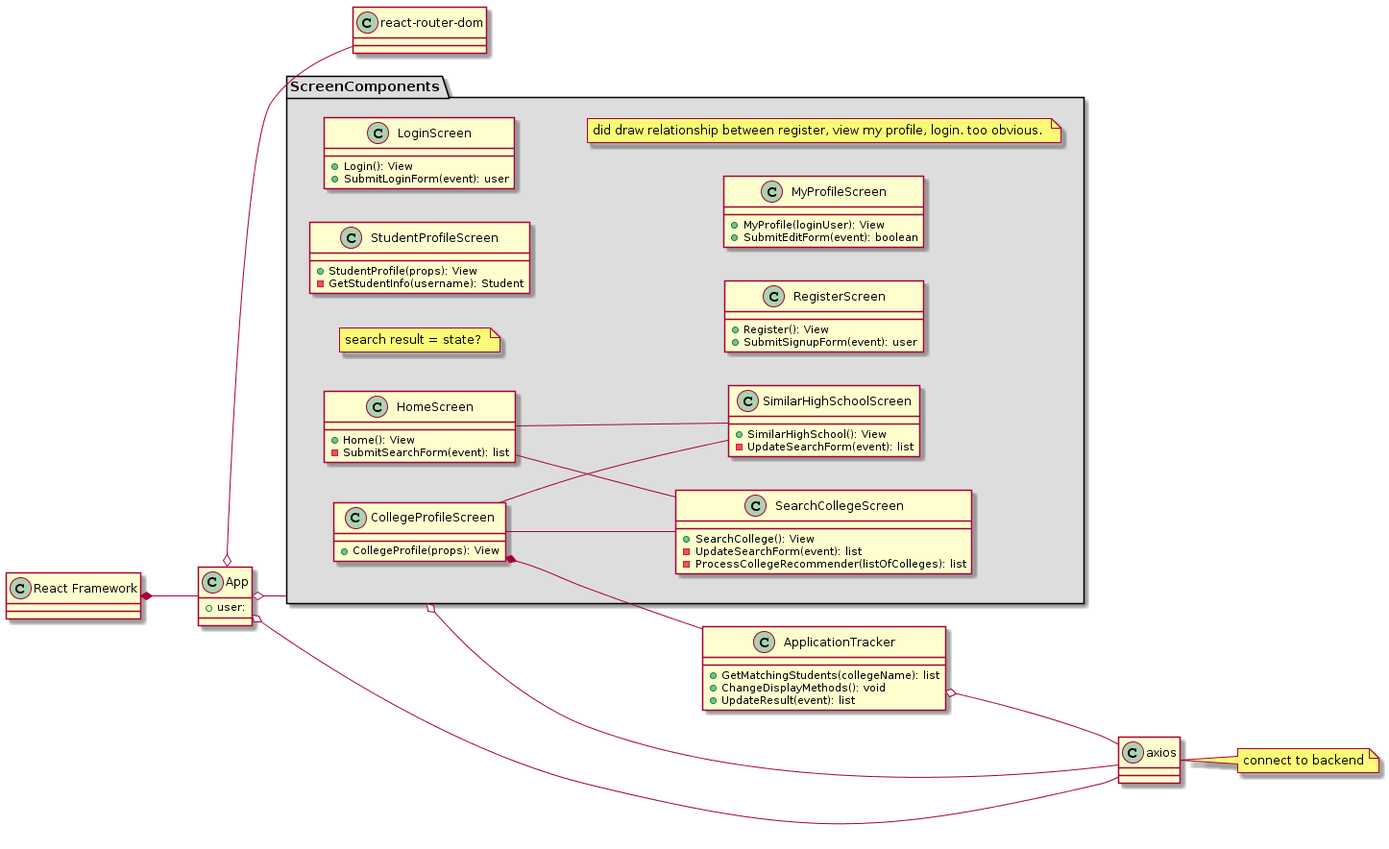
The PlantUML diagram design/frontend_class.png in Omarfos/CSE416, before a commit. The source it was exported from:
```plantuml
@startuml
left to right direction

class App{
    +user:
}
class "React Framework"{
}
"React Framework" *-- App
App o-- "react-router-dom"
App o-- axios
note "connect to backend" as N1
axios -- N1

package ScreenComponents #DDDDDD {
    note "search result = state? " as n2
    class HomeScreen{
        +Home(): View
        -SubmitSearchForm(event): list
    }
    class StudentProfileScreen{
        +StudentProfile(props): View
        -GetStudentInfo(username): Student
    }
    class SearchCollegeScreen{
        +SearchCollege(): View
        -UpdateSearchForm(event): list
        -ProcessCollegeRecommender(listOfColleges): list
    }
    class SimilarHighSchoolScreen{
        +SimilarHighSchool(): View
        -UpdateSearchForm(event): list
    }
    class CollegeProfileScreen{
        +CollegeProfile(props): View
    }
    class LoginScreen{
        +Login(): View
        +SubmitLoginForm(event): user
    }
    class RegisterScreen{
        +Register(): View
        +SubmitSignupForm(event): user
    }
    class MyProfileScreen{
        +MyProfile(loginUser): View
        +SubmitEditForm(event): boolean
    }

    note "did draw relationship between register, view my profile, login. too obvious. " as N3
    HomeScreen -- SearchCollegeScreen
    HomeScreen -- SimilarHighSchoolScreen
    CollegeProfileScreen -- SearchCollegeScreen
    CollegeProfileScreen -- SimilarHighSchoolScreen
}
App o-- ScreenComponents
ScreenComponents o-- axios

class ApplicationTracker{
    +GetMatchingStudents(collegeName): list
    +ChangeDisplayMethods(): void
    +UpdateResult(event): list
}
CollegeProfileScreen *-- ApplicationTracker
ApplicationTracker o-- axios
@enduml
```
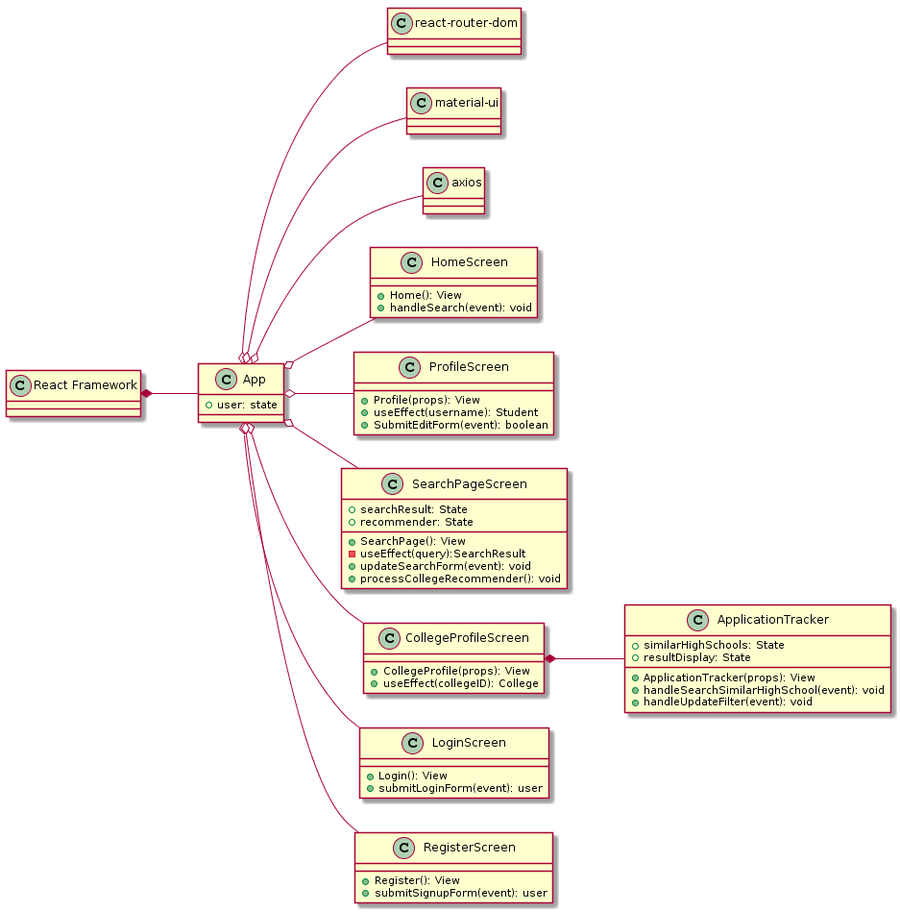
After the change.

Commit message:
Update frontend design and codes. Frontend UML diagram (draft 2)

The edit, as a diff of the source:
```diff
@@ -2,65 +2,65 @@
 left to right direction
 
 class App{
-    +user:
+    +user: state
 }
 class "React Framework"{
 }
 "React Framework" *-- App
 App o-- "react-router-dom"
+App o-- "material-ui"
 App o-- axios
-note "connect to backend" as N1
-axios -- N1
 
-package ScreenComponents #DDDDDD {
-    note "search result = state? " as n2
-    class HomeScreen{
-        +Home(): View
-        -SubmitSearchForm(event): list
-    }
-    class StudentProfileScreen{
-        +StudentProfile(props): View
-        -GetStudentInfo(username): Student
-    }
-    class SearchCollegeScreen{
-        +SearchCollege(): View
-        -UpdateSearchForm(event): list
-        -ProcessCollegeRecommender(listOfColleges): list
-    }
-    class SimilarHighSchoolScreen{
-        +SimilarHighSchool(): View
-        -UpdateSearchForm(event): list
-    }
-    class CollegeProfileScreen{
-        +CollegeProfile(props): View
-    }
-    class LoginScreen{
-        +Login(): View
-        +SubmitLoginForm(event): user
-    }
-    class RegisterScreen{
-        +Register(): View
-        +SubmitSignupForm(event): user
-    }
-    class MyProfileScreen{
-        +MyProfile(loginUser): View
-        +SubmitEditForm(event): boolean
-    }
+class HomeScreen{
+    +Home(): View
+    +handleSearch(event): void
+}
 
-    note "did draw relationship between register, view my profile, login. too obvious. " as N3
-    HomeScreen -- SearchCollegeScreen
-    HomeScreen -- SimilarHighSchoolScreen
-    CollegeProfileScreen -- SearchCollegeScreen
-    CollegeProfileScreen -- SimilarHighSchoolScreen
+class ProfileScreen{
+    +Profile(props): View
+    +useEffect(username): Student
+    +SubmitEditForm(event): boolean
 }
-App o-- ScreenComponents
-ScreenComponents o-- axios
+
+class SearchPageScreen{
+    +searchResult: State
+    +recommender: State
+    +SearchPage(): View
+    -useEffect(query):SearchResult
+    +updateSearchForm(event): void
+    +processCollegeRecommender(): void
+}
+
+class CollegeProfileScreen{
+    +CollegeProfile(props): View
+    +useEffect(collegeID): College
+}
 
 class ApplicationTracker{
-    +GetMatchingStudents(collegeName): list
-    +ChangeDisplayMethods(): void
-    +UpdateResult(event): list
+    +similarHighSchools: State
+    +resultDisplay: State
+    +ApplicationTracker(props): View
+    +handleSearchSimilarHighSchool(event): void
+    +handleUpdateFilter(event): void
 }
+
 CollegeProfileScreen *-- ApplicationTracker
-ApplicationTracker o-- axios
+
+class LoginScreen{
+    +Login(): View
+    +submitLoginForm(event): user
+}
+
+class RegisterScreen{
+    +Register(): View
+    +submitSignupForm(event): user
+}
+
+
+App o-- HomeScreen
+App o-- ProfileScreen
+App o-- SearchPageScreen
+App o-- CollegeProfileScreen
+App o-- LoginScreen
+App o-- RegisterScreen
 @enduml
```
